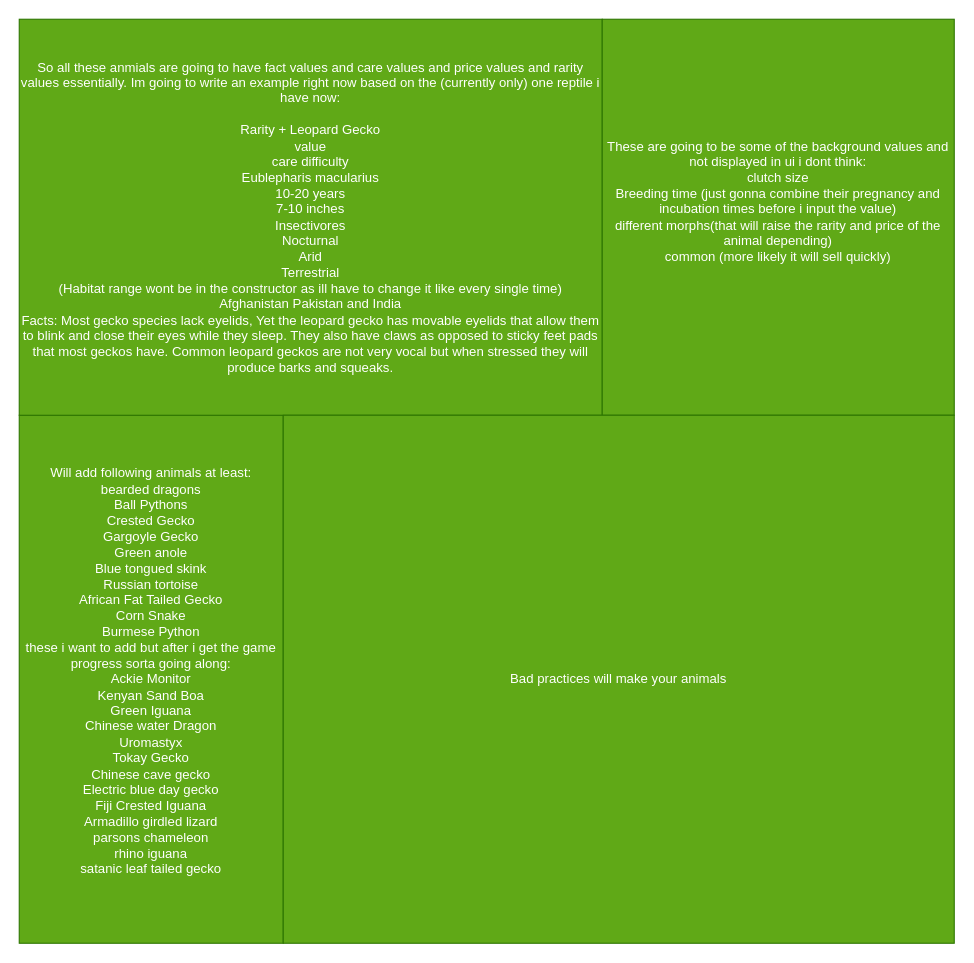
Before: Reptile-Simulator.drawio in Cinnamonroll1312/Reptile-Simulator-2024-The-Sequel-Plus-Sonic-And-Knuckles, a draw.io diagram. Source tidied: cells renumbered, new cells numbered last; positions are measured from the earlier drawing's top-left corner, leaving out a move shared by most shapes. Both pictures are drawn from the tidied source at 110%, with x=0, y=0 at pixel (19, 19).
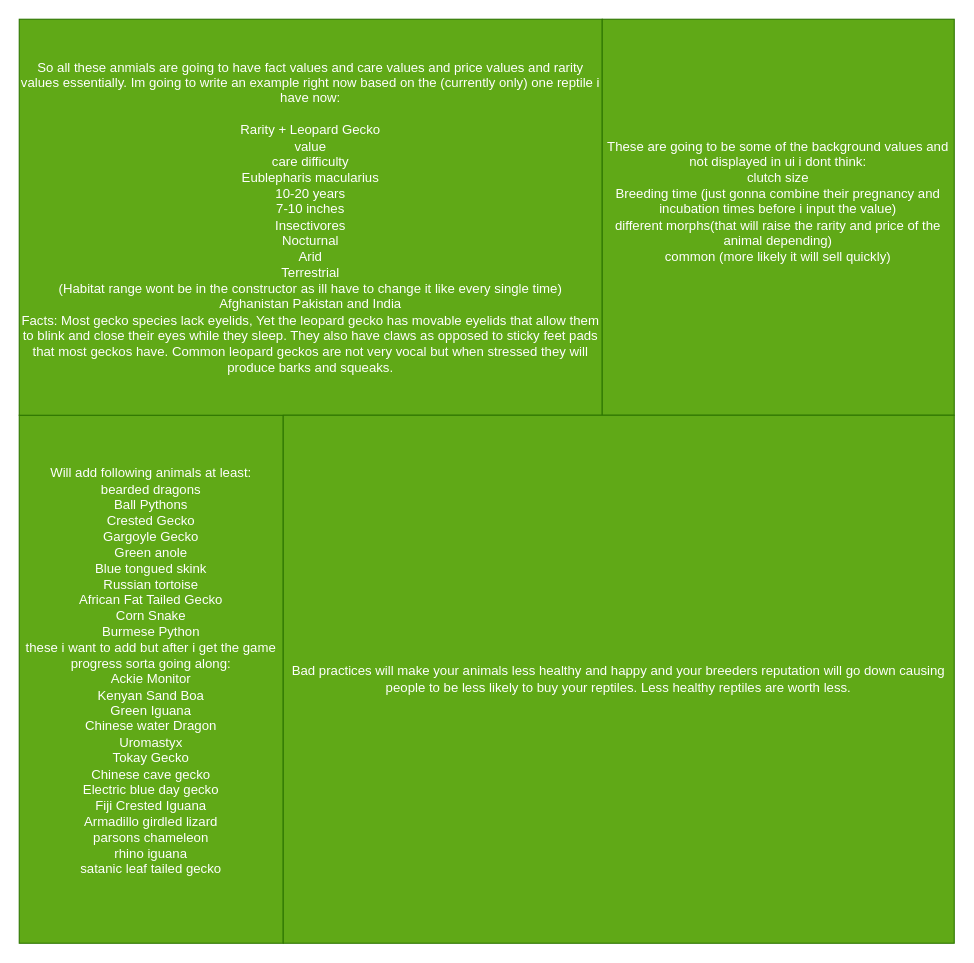
The same page after the edit.

Change to the diagram source:
```diff
@@
 <mxGraphModel>
   <root>
     <mxCell id="0" />
     <mxCell id="1" parent="0" />
     <mxCell id="2" value="&lt;div&gt;Will add following animals at least:&lt;/div&gt;&lt;div&gt;bearded dragons&lt;/div&gt;&lt;div&gt;Ball Pythons&lt;/div&gt;&lt;div&gt;Crested Gecko&lt;/div&gt;&lt;div&gt;Gargoyle Gecko&lt;/div&gt;&lt;div&gt;Green anole&lt;/div&gt;&lt;div&gt;&lt;div&gt;Blue tongued skink&lt;/div&gt;&lt;div&gt;Russian tortoise&lt;/div&gt;&lt;div&gt;African Fat Tailed Gecko&lt;/div&gt;&lt;div&gt;Corn Snake&lt;/div&gt;&lt;div&gt;Burmese Python&lt;/div&gt;&lt;/div&gt;&lt;div&gt;these i want to add but after i get the game progress sorta going along:&lt;/div&gt;&lt;div&gt;Ackie Monitor&lt;/div&gt;&lt;div&gt;Kenyan Sand Boa&lt;/div&gt;&lt;div&gt;Green Iguana&lt;/div&gt;&lt;div&gt;Chinese water Dragon&lt;/div&gt;&lt;div&gt;Uromastyx&lt;/div&gt;&lt;div&gt;Tokay Gecko&lt;/div&gt;&lt;div&gt;Chinese cave gecko&lt;/div&gt;&lt;div&gt;Electric blue day gecko&lt;/div&gt;&lt;div&gt;Fiji Crested Iguana&lt;/div&gt;&lt;div&gt;Armadillo girdled lizard&lt;/div&gt;&lt;div&gt;parsons chameleon&lt;/div&gt;&lt;div&gt;rhino iguana&lt;/div&gt;&lt;div&gt;satanic leaf tailed gecko&lt;br&gt;&lt;/div&gt;&lt;div&gt;&lt;br&gt;&lt;/div&gt;" style="rounded=0;whiteSpace=wrap;html=1;fillColor=#60a917;fontColor=#ffffff;strokeColor=#2D7600;" parent="1" vertex="1">
       <mxGeometry y="360" width="240" height="480" as="geometry" />
     </mxCell>
     <mxCell id="3" value="&lt;div&gt;So all these anmials are going to have fact values and care values and price values and rarity values essentially. Im going to write an example right now based on the (currently only) one reptile i have now:&lt;/div&gt;&lt;div&gt;&lt;br&gt;&lt;/div&gt;&lt;div&gt;Rarity + Leopard Gecko&lt;/div&gt;&lt;div&gt;value&lt;/div&gt;&lt;div&gt;care difficulty&lt;br&gt;&lt;/div&gt;&lt;div&gt;Eublepharis macularius&lt;/div&gt;&lt;div&gt;10-20 years&lt;/div&gt;&lt;div&gt;7-10 inches&lt;/div&gt;&lt;div&gt;Insectivores&lt;/div&gt;&lt;div&gt;Nocturnal&lt;/div&gt;&lt;div&gt;Arid&lt;/div&gt;&lt;div&gt;Terrestrial&lt;br&gt;&lt;/div&gt;&lt;div&gt;(Habitat range wont be in the constructor as ill have to change it like every single time)&lt;/div&gt;&lt;div&gt;Afghanistan Pakistan and India&lt;br&gt;&lt;/div&gt;&lt;div&gt;Facts: Most gecko species lack eyelids, Yet the leopard gecko has movable eyelids that allow them to blink and close their eyes while they sleep. They also have claws as opposed to sticky feet pads that most geckos have. Common leopard geckos are not very vocal but when stressed they will produce barks and squeaks.&lt;/div&gt;" style="text;html=1;strokeColor=#2D7600;fillColor=#60a917;align=center;verticalAlign=middle;whiteSpace=wrap;rounded=0;fontColor=#FFFFFF;" parent="1" vertex="1">
       <mxGeometry width="530" height="360" as="geometry" />
     </mxCell>
     <mxCell id="4" value="&lt;div&gt;These are going to be some of the background values and not displayed in ui i dont think:&lt;/div&gt;&lt;div&gt;clutch size&lt;/div&gt;Breeding time (just gonna combine their pregnancy and incubation times before i input the value)&lt;br&gt;&lt;div&gt;different morphs(that will raise the rarity and price of the animal depending)&lt;/div&gt;&lt;div&gt;common (more likely it will sell quickly)&lt;/div&gt;&lt;br&gt;&lt;div&gt;&lt;br&gt;&lt;/div&gt;" style="text;html=1;strokeColor=#2D7600;fillColor=#60a917;align=center;verticalAlign=middle;whiteSpace=wrap;rounded=0;fontColor=#ffffff;" parent="1" vertex="1">
       <mxGeometry x="530" width="320" height="360" as="geometry" />
     </mxCell>
-    <mxCell id="5" value="Bad practices will make your animals " style="text;html=1;strokeColor=#2D7600;fillColor=#60a917;align=center;verticalAlign=middle;whiteSpace=wrap;rounded=0;fontColor=#ffffff;" parent="1" vertex="1">
+    <mxCell id="5" value="Bad practices will make your animals less healthy and happy and your breeders reputation will go down causing people to be less likely to buy your reptiles. Less healthy reptiles are worth less. " style="text;html=1;strokeColor=#2D7600;fillColor=#60a917;align=center;verticalAlign=middle;whiteSpace=wrap;rounded=0;fontColor=#ffffff;" parent="1" vertex="1">
       <mxGeometry x="240" y="360" width="610" height="480" as="geometry" />
     </mxCell>
   </root>
 </mxGraphModel>
```
